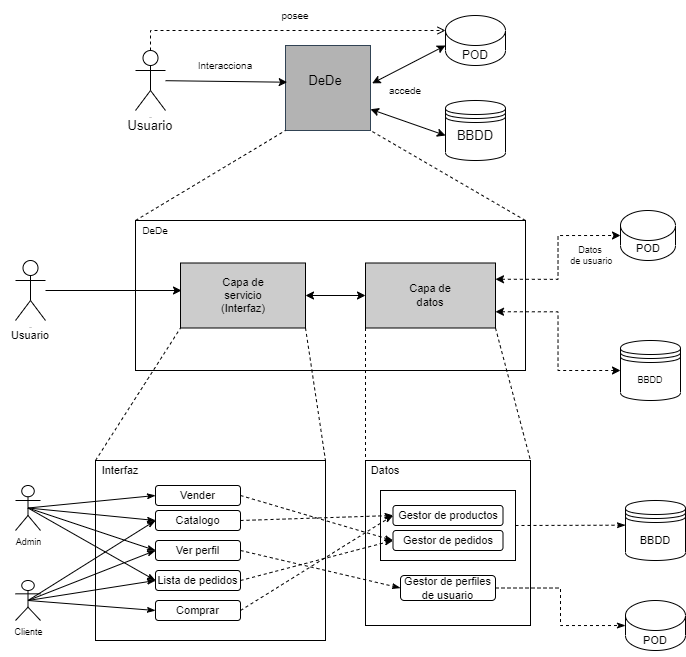
Earlier version of the draw.io export docs/images/DiagramaPunto5.png (Arquisoft/dede_es1c). Source tidied: cells renumbered, new cells last; positions are measured from the earlier drawing's top-left corner, leaving out a move shared by most shapes.
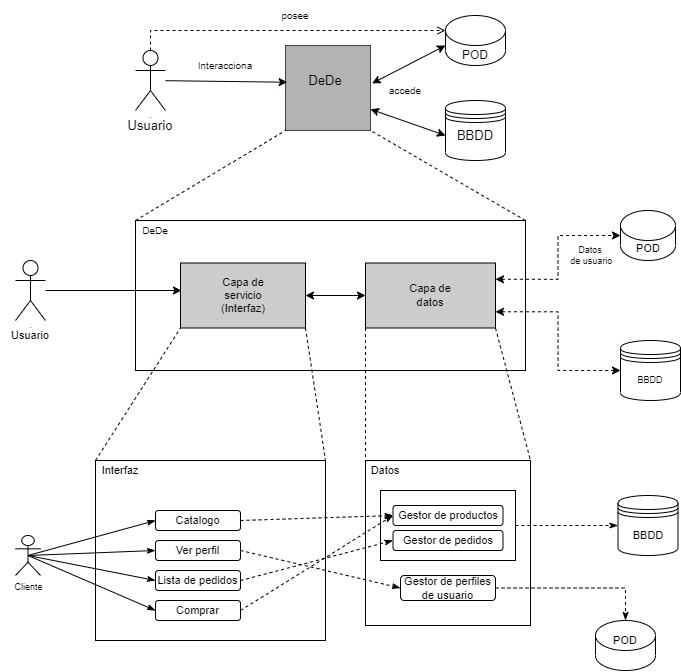
Above is the later version.

What changed in the source:
```diff
@@ -131,23 +131,8 @@
       <mxGeometry relative="1" as="geometry" />
     </mxCell>
     <mxCell id="44" value="Cliente&lt;br&gt;" style="shape=umlActor;verticalLabelPosition=bottom;verticalAlign=top;html=1;outlineConnect=0;labelBackgroundColor=none;fontSize=9;fillColor=none;gradientColor=none;" parent="1" vertex="1">
-      <mxGeometry x="15" y="580" width="25" height="40" as="geometry" />
+      <mxGeometry x="15" y="535" width="25" height="40" as="geometry" />
     </mxCell>
-    <mxCell id="45" style="edgeStyle=none;rounded=0;jettySize=auto;html=1;exitX=0.5;exitY=0.5;exitDx=0;exitDy=0;exitPerimeter=0;entryX=0;entryY=0.5;entryDx=0;entryDy=0;fontSize=11;startArrow=none;startFill=0;endArrow=classicThin;endFill=1;" parent="1" edge="1" source="49" target="56">
-      <mxGeometry relative="1" as="geometry" />
-    </mxCell>
-    <mxCell id="46" style="edgeStyle=none;rounded=0;jettySize=auto;html=1;exitX=0.5;exitY=0.5;exitDx=0;exitDy=0;exitPerimeter=0;entryX=0;entryY=0.5;entryDx=0;entryDy=0;fontSize=11;startArrow=none;startFill=0;endArrow=classicThin;endFill=1;" parent="1" edge="1" source="49" target="52">
-      <mxGeometry relative="1" as="geometry" />
-    </mxCell>
-    <mxCell id="47" style="edgeStyle=none;rounded=0;jettySize=auto;html=1;exitX=0.5;exitY=0.5;exitDx=0;exitDy=0;exitPerimeter=0;entryX=0;entryY=0.5;entryDx=0;entryDy=0;fontSize=11;startArrow=none;startFill=0;endArrow=classicThin;endFill=1;" parent="1" edge="1" source="49" target="58">
-      <mxGeometry relative="1" as="geometry" />
-    </mxCell>
-    <mxCell id="48" style="edgeStyle=none;rounded=0;jettySize=auto;html=1;exitX=0.5;exitY=0.5;exitDx=0;exitDy=0;exitPerimeter=0;entryX=0;entryY=0.5;entryDx=0;entryDy=0;fontSize=11;startArrow=none;startFill=0;endArrow=classicThin;endFill=1;" parent="1" edge="1" source="49" target="60">
-      <mxGeometry relative="1" as="geometry" />
-    </mxCell>
-    <mxCell id="49" value="Admin&lt;br&gt;" style="shape=umlActor;verticalLabelPosition=bottom;verticalAlign=top;html=1;outlineConnect=0;labelBackgroundColor=none;fontSize=9;fillColor=none;gradientColor=none;" parent="1" vertex="1">
-      <mxGeometry x="15" y="485" width="25" height="45" as="geometry" />
-    </mxCell>
     <mxCell id="50" value="&lt;font style=&quot;font-size: 11px&quot;&gt;Interfaz&lt;/font&gt;" style="text;html=1;strokeColor=none;fillColor=none;align=center;verticalAlign=middle;whiteSpace=wrap;rounded=0;labelBackgroundColor=none;fontSize=9;" parent="1" vertex="1">
       <mxGeometry x="95" y="455" width="50" height="30" as="geometry" />
     </mxCell>
@@ -163,12 +148,6 @@
     <mxCell id="54" value="Comprar" style="rounded=1;whiteSpace=wrap;html=1;labelBackgroundColor=none;fontSize=11;fillColor=none;gradientColor=none;" parent="1" vertex="1">
       <mxGeometry x="155" y="600" width="85" height="20" as="geometry" />
     </mxCell>
-    <mxCell id="55" style="edgeStyle=none;rounded=0;jettySize=auto;html=1;exitX=1;exitY=0.5;exitDx=0;exitDy=0;entryX=0;entryY=0.5;entryDx=0;entryDy=0;dashed=1;fontSize=11;startArrow=none;startFill=0;endArrow=classicThin;endFill=1;" parent="1" edge="1" source="56" target="68">
-      <mxGeometry relative="1" as="geometry" />
-    </mxCell>
-    <mxCell id="56" value="Vender" style="rounded=1;whiteSpace=wrap;html=1;labelBackgroundColor=none;fontSize=11;fillColor=none;gradientColor=none;" parent="1" vertex="1">
-      <mxGeometry x="155" y="485" width="85" height="20" as="geometry" />
-    </mxCell>
     <mxCell id="57" style="edgeStyle=none;rounded=0;jettySize=auto;html=1;exitX=1;exitY=0.5;exitDx=0;exitDy=0;entryX=0;entryY=0.5;entryDx=0;entryDy=0;dashed=1;fontSize=11;startArrow=none;startFill=0;endArrow=classicThin;endFill=1;" parent="1" edge="1" source="58" target="64">
       <mxGeometry relative="1" as="geometry" />
     </mxCell>
@@ -193,10 +172,8 @@
     <mxCell id="64" value="Gestor de perfiles de usuario" style="rounded=1;whiteSpace=wrap;html=1;labelBackgroundColor=none;fontSize=11;fillColor=none;gradientColor=none;" parent="1" vertex="1">
       <mxGeometry x="400" y="575" width="95" height="25" as="geometry" />
     </mxCell>
-    <mxCell id="65" style="edgeStyle=none;rounded=0;jettySize=auto;html=1;exitX=1;exitY=0.5;exitDx=0;exitDy=0;dashed=1;fontSize=11;startArrow=none;startFill=0;endArrow=classicThin;endFill=1;" parent="1" edge="1" source="66">
-      <mxGeometry relative="1" as="geometry">
-        <mxPoint x="625" y="524.7" as="targetPoint" />
-      </mxGeometry>
+    <mxCell id="65" style="edgeStyle=none;rounded=0;jettySize=auto;html=1;exitX=1;exitY=0.5;exitDx=0;exitDy=0;dashed=1;fontSize=11;startArrow=none;startFill=0;endArrow=classicThin;endFill=1;entryX=0;entryY=0.5;entryDx=0;entryDy=0;" parent="1" edge="1" source="66" target="69">
+      <mxGeometry relative="1" as="geometry" />
     </mxCell>
     <mxCell id="66" style="rounded=0;whiteSpace=wrap;html=1;labelBackgroundColor=none;fontSize=11;fillColor=none;gradientColor=none;" parent="1" vertex="1">
       <mxGeometry x="380" y="490" width="135" height="70" as="geometry" />
@@ -208,13 +185,13 @@
       <mxGeometry x="392.5" y="530" width="110" height="20" as="geometry" />
     </mxCell>
     <mxCell id="69" value="BBDD" style="shape=datastore;whiteSpace=wrap;html=1;labelBackgroundColor=none;fontSize=11;fillColor=none;gradientColor=none;" parent="1" vertex="1">
-      <mxGeometry x="625" y="500" width="60" height="60" as="geometry" />
+      <mxGeometry x="617.5" y="495" width="60" height="60" as="geometry" />
     </mxCell>
     <mxCell id="70" style="shape=cylinder3;whiteSpace=wrap;html=1;boundedLbl=1;backgroundOutline=1;size=15;labelBackgroundColor=none;fontSize=11;fillColor=none;gradientColor=none;" parent="1" vertex="1">
-      <mxGeometry x="625" y="600" width="60" height="50" as="geometry" />
+      <mxGeometry x="595" y="620" width="60" height="50" as="geometry" />
     </mxCell>
     <mxCell id="71" value="POD" style="text;html=1;strokeColor=none;fillColor=none;align=center;verticalAlign=middle;whiteSpace=wrap;rounded=0;labelBackgroundColor=none;fontSize=11;" parent="1" vertex="1">
-      <mxGeometry x="625" y="625" width="60" height="30" as="geometry" />
+      <mxGeometry x="595" y="625" width="60" height="30" as="geometry" />
     </mxCell>
   </root>
 </mxGraphModel>
```
